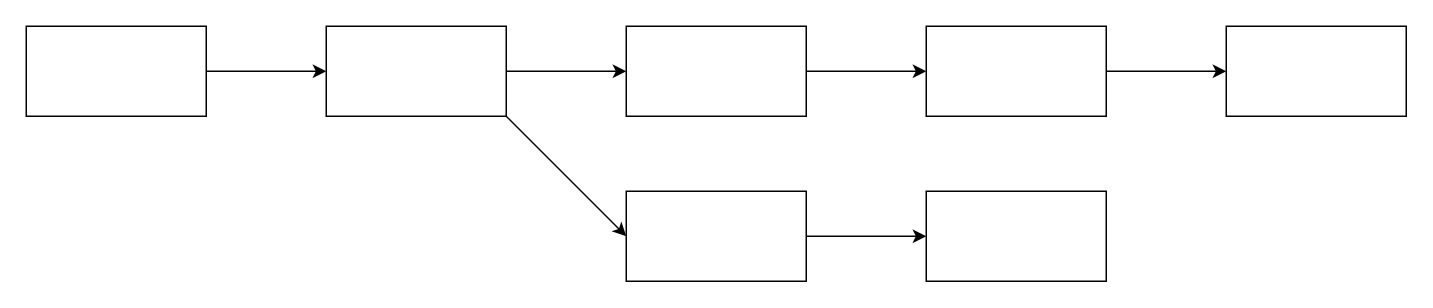
Above: cuangai.drawio in s1874217870/starup (draw.io), before the change. Source tidied: cells renumbered, new cells numbered last; positions are measured from the earlier drawing's top-left corner, leaving out a move shared by most shapes. Both pictures are drawn from the tidied source at 150%, with x=0, y=0 at pixel (26, 26).
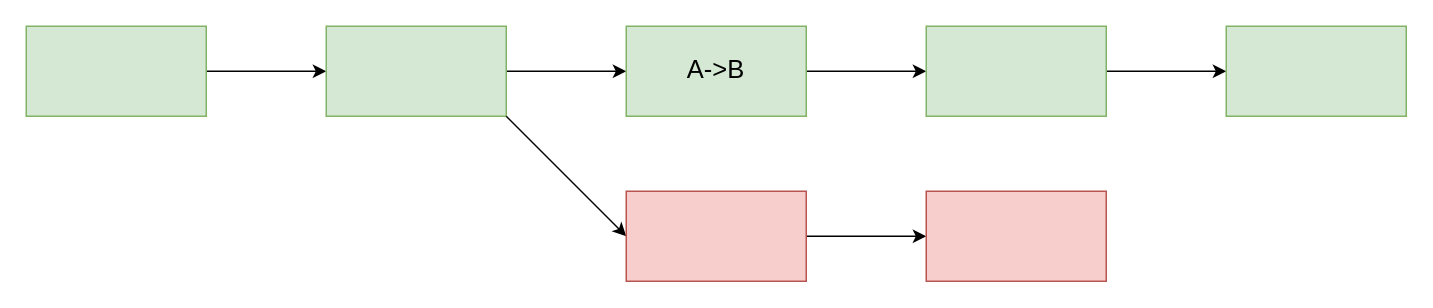
After the change.

The edit, as a diff of the source:
```diff
@@
 <mxGraphModel>
   <root>
     <mxCell id="0" />
     <mxCell id="1" parent="0" />
     <mxCell id="2" style="edgeStyle=orthogonalEdgeStyle;rounded=0;jettySize=auto;html=1;" parent="1" edge="1" source="3" target="5">
       <mxGeometry relative="1" as="geometry" />
     </mxCell>
-    <mxCell id="3" style="rounded=0;whiteSpace=wrap;html=1;" parent="1" vertex="1">
+    <mxCell id="3" style="rounded=0;whiteSpace=wrap;html=1;fillColor=#d5e8d4;strokeColor=#82b366;" parent="1" vertex="1">
       <mxGeometry width="120" height="60" as="geometry" />
     </mxCell>
     <mxCell id="4" style="edgeStyle=orthogonalEdgeStyle;rounded=0;jettySize=auto;html=1;" parent="1" edge="1" source="5" target="8">
       <mxGeometry relative="1" as="geometry" />
     </mxCell>
-    <mxCell id="5" style="rounded=0;whiteSpace=wrap;html=1;" parent="1" vertex="1">
+    <mxCell id="5" style="rounded=0;whiteSpace=wrap;html=1;fillColor=#d5e8d4;strokeColor=#82b366;" parent="1" vertex="1">
       <mxGeometry x="200" width="120" height="60" as="geometry" />
     </mxCell>
     <mxCell id="6" style="endArrow=classic;html=1;exitX=1;exitY=1;exitDx=0;exitDy=0;entryX=0;entryY=0.5;entryDx=0;entryDy=0;" parent="1" edge="1" source="5" target="10">
       <mxGeometry relative="1" as="geometry" />
     </mxCell>
     <mxCell id="7" style="edgeStyle=orthogonalEdgeStyle;rounded=0;jettySize=auto;html=1;" parent="1" edge="1" source="8" target="12">
       <mxGeometry relative="1" as="geometry" />
     </mxCell>
-    <mxCell id="8" style="rounded=0;whiteSpace=wrap;html=1;" parent="1" vertex="1">
+    <mxCell id="8" value="&lt;font style=&quot;font-size: 17px&quot;&gt;A-&amp;gt;B&lt;/font&gt;" style="rounded=0;whiteSpace=wrap;html=1;fillColor=#d5e8d4;strokeColor=#82b366;" parent="1" vertex="1">
       <mxGeometry x="400" width="120" height="60" as="geometry" />
     </mxCell>
     <mxCell id="9" style="edgeStyle=orthogonalEdgeStyle;rounded=0;jettySize=auto;html=1;" parent="1" edge="1" source="10" target="13">
       <mxGeometry relative="1" as="geometry" />
     </mxCell>
-    <mxCell id="10" style="rounded=0;whiteSpace=wrap;html=1;" parent="1" vertex="1">
+    <mxCell id="10" style="rounded=0;whiteSpace=wrap;html=1;fillColor=#f8cecc;strokeColor=#b85450;" parent="1" vertex="1">
       <mxGeometry x="400" y="110" width="120" height="60" as="geometry" />
     </mxCell>
     <mxCell id="11" style="edgeStyle=orthogonalEdgeStyle;rounded=0;jettySize=auto;html=1;" parent="1" edge="1" source="12" target="14">
       <mxGeometry relative="1" as="geometry" />
     </mxCell>
-    <mxCell id="12" style="rounded=0;whiteSpace=wrap;html=1;" parent="1" vertex="1">
+    <mxCell id="12" style="rounded=0;whiteSpace=wrap;html=1;fillColor=#d5e8d4;strokeColor=#82b366;" parent="1" vertex="1">
       <mxGeometry x="600" width="120" height="60" as="geometry" />
     </mxCell>
-    <mxCell id="13" style="rounded=0;whiteSpace=wrap;html=1;" parent="1" vertex="1">
+    <mxCell id="13" style="rounded=0;whiteSpace=wrap;html=1;fillColor=#f8cecc;strokeColor=#b85450;" parent="1" vertex="1">
       <mxGeometry x="600" y="110" width="120" height="60" as="geometry" />
     </mxCell>
-    <mxCell id="14" style="rounded=0;whiteSpace=wrap;html=1;" parent="1" vertex="1">
+    <mxCell id="14" style="rounded=0;whiteSpace=wrap;html=1;fillColor=#d5e8d4;strokeColor=#82b366;" parent="1" vertex="1">
       <mxGeometry x="800" width="120" height="60" as="geometry" />
     </mxCell>
   </root>
 </mxGraphModel>
```
